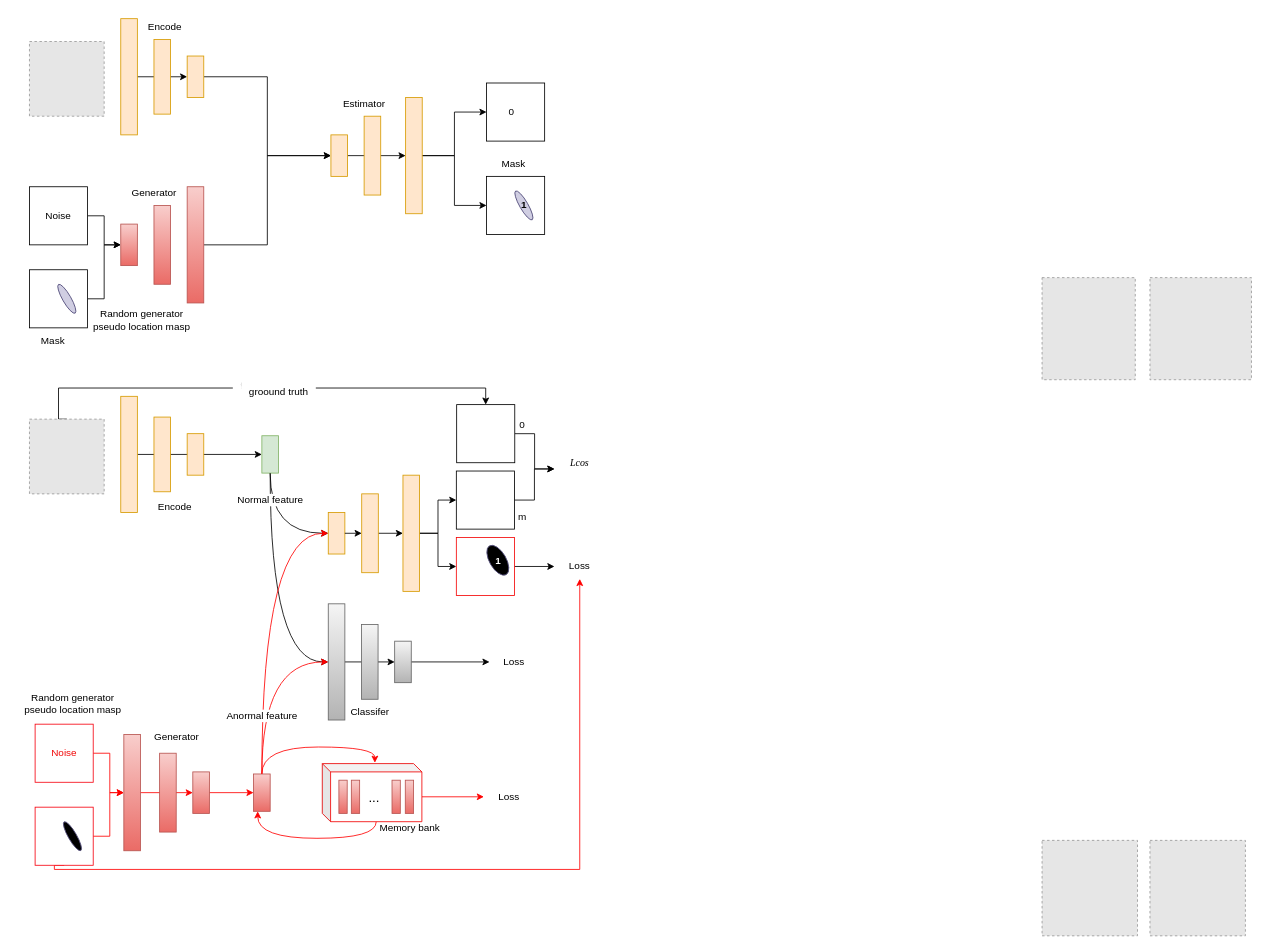
The draw.io diagram defect.drawio in kagomeAli/2023KD, before the edit. Source tidied: cells renumbered, new cells numbered last; positions are measured from the earlier drawing's top-left corner, leaving out a move shared by most shapes. Both pictures are drawn from the tidied source at 83%, with x=0, y=0 at pixel (14, 14). Pictures stored in the file or linked from it are replaced by grey dashed boxes.
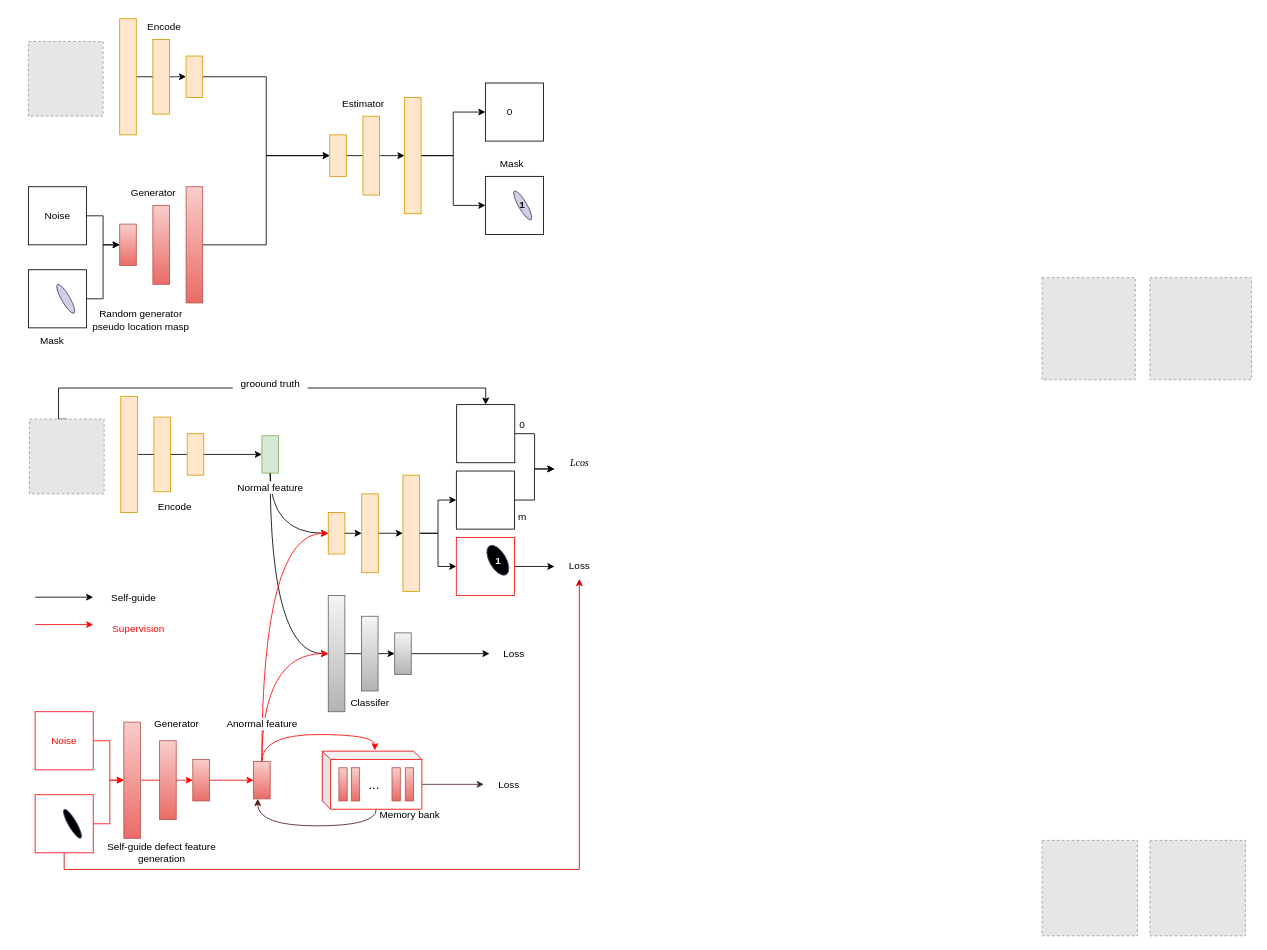
After the change.

Unchanged cells that the change refers to:
```xml
<mxCell id="53" value="Loss" style="text;html=1;strokeColor=none;fillColor=none;align=center;verticalAlign=middle;whiteSpace=wrap;rounded=0;" parent="1" vertex="1">
  <mxGeometry x="650.5" y="650" width="60" height="30" as="geometry" />
</mxCell>
```

What changed in the source:
```diff
@@
     <mxCell id="25" style="rounded=0;whiteSpace=wrap;html=1;fillColor=#f5f5f5;gradientColor=#b3b3b3;strokeColor=#666666;" parent="1" vertex="1">
-      <mxGeometry x="378" y="710" width="20" height="140" as="geometry" />
+      <mxGeometry x="378" y="700" width="20" height="140" as="geometry" />
     </mxCell>
     <mxCell id="26" style="rounded=0;whiteSpace=wrap;html=1;fillColor=#f5f5f5;gradientColor=#b3b3b3;strokeColor=#666666;" parent="1" vertex="1">
-      <mxGeometry x="418" y="735" width="20" height="90" as="geometry" />
+      <mxGeometry x="418" y="725" width="20" height="90" as="geometry" />
     </mxCell>
@@
     <mxCell id="28" style="rounded=0;whiteSpace=wrap;html=1;fillColor=#f5f5f5;gradientColor=#b3b3b3;strokeColor=#666666;" parent="1" vertex="1">
-      <mxGeometry x="458" y="755" width="20" height="50" as="geometry" />
+      <mxGeometry x="458" y="745" width="20" height="50" as="geometry" />
     </mxCell>
@@
     <mxCell id="31" style="rounded=0;whiteSpace=wrap;html=1;fillColor=#f8cecc;gradientColor=#ea6b66;strokeColor=#b85450;" parent="1" vertex="1">
-      <mxGeometry x="174.8" y="890" width="20" height="95" as="geometry" />
+      <mxGeometry x="174.8" y="875" width="20" height="95" as="geometry" />
     </mxCell>
     <mxCell id="32" style="rounded=0;whiteSpace=wrap;html=1;fillColor=#f8cecc;gradientColor=#ea6b66;strokeColor=#b85450;" parent="1" vertex="1">
-      <mxGeometry x="131.7" y="867.5" width="20" height="140" as="geometry" />
+      <mxGeometry x="131.7" y="852.5" width="20" height="140" as="geometry" />
     </mxCell>
@@
     <mxCell id="34" style="rounded=0;whiteSpace=wrap;html=1;fillColor=#f8cecc;gradientColor=#ea6b66;strokeColor=#b85450;" parent="1" vertex="1">
-      <mxGeometry x="214.8" y="912.5" width="20" height="50" as="geometry" />
+      <mxGeometry x="214.8" y="897.5" width="20" height="50" as="geometry" />
     </mxCell>
-    <mxCell id="35" style="edgeStyle=orthogonalEdgeStyle;rounded=0;jettySize=auto;html=1;exitX=0;exitY=0;exitDx=120;exitDy=40;exitPerimeter=0;entryX=0;entryY=0.5;entryDx=0;entryDy=0;strokeColor=#FF0000;" parent="1" edge="1" source="37" target="55">
+    <mxCell id="35" style="edgeStyle=orthogonalEdgeStyle;rounded=0;jettySize=auto;html=1;exitX=0;exitY=0;exitDx=120;exitDy=40;exitPerimeter=0;entryX=0;entryY=0.5;entryDx=0;entryDy=0;strokeColor=#4d2828;" parent="1" edge="1" source="37" target="55">
       <mxGeometry relative="1" as="geometry" />
     </mxCell>
-    <mxCell id="36" style="edgeStyle=orthogonalEdgeStyle;rounded=0;jettySize=auto;html=1;exitX=0;exitY=0;exitDx=65;exitDy=70;exitPerimeter=0;entryX=0.25;entryY=1;entryDx=0;entryDy=0;curved=1;strokeColor=#FF0000;" parent="1" edge="1" source="37" target="60">
+    <mxCell id="36" style="edgeStyle=orthogonalEdgeStyle;rounded=0;jettySize=auto;html=1;exitX=0;exitY=0;exitDx=65;exitDy=70;exitPerimeter=0;entryX=0.25;entryY=1;entryDx=0;entryDy=0;curved=1;strokeColor=#4a1c1c;" parent="1" edge="1" source="37" target="60">
       <mxGeometry relative="1" as="geometry" />
     </mxCell>
     <mxCell id="37" style="shape=cube;whiteSpace=wrap;html=1;boundedLbl=1;backgroundOutline=1;darkOpacity=0.05;darkOpacity2=0.1;size=10;strokeColor=#f20202;" parent="1" vertex="1">
-      <mxGeometry x="370.8" y="902.5" width="120" height="70" as="geometry" />
+      <mxGeometry x="370.8" y="887.5" width="120" height="70" as="geometry" />
     </mxCell>
     <mxCell id="38" style="rounded=0;whiteSpace=wrap;html=1;fillColor=#f8cecc;gradientColor=#ea6b66;strokeColor=#b85450;" parent="1" vertex="1">
-      <mxGeometry x="390.8" y="922.5" width="10" height="40" as="geometry" />
+      <mxGeometry x="390.8" y="907.5" width="10" height="40" as="geometry" />
     </mxCell>
     <mxCell id="39" style="rounded=0;whiteSpace=wrap;html=1;fillColor=#f8cecc;gradientColor=#ea6b66;strokeColor=#b85450;" parent="1" vertex="1">
-      <mxGeometry x="405.8" y="922.5" width="10" height="40" as="geometry" />
+      <mxGeometry x="405.8" y="907.5" width="10" height="40" as="geometry" />
     </mxCell>
     <mxCell id="40" style="rounded=0;whiteSpace=wrap;html=1;fillColor=#f8cecc;gradientColor=#ea6b66;strokeColor=#b85450;" parent="1" vertex="1">
-      <mxGeometry x="454.8" y="922.5" width="10" height="40" as="geometry" />
+      <mxGeometry x="454.8" y="907.5" width="10" height="40" as="geometry" />
     </mxCell>
     <mxCell id="41" style="rounded=0;whiteSpace=wrap;html=1;fillColor=#f8cecc;gradientColor=#ea6b66;strokeColor=#b85450;" parent="1" vertex="1">
-      <mxGeometry x="470.8" y="922.5" width="10" height="40" as="geometry" />
+      <mxGeometry x="470.8" y="907.5" width="10" height="40" as="geometry" />
     </mxCell>
     <mxCell id="42" value="..." style="text;html=1;fillColor=none;align=center;verticalAlign=middle;whiteSpace=wrap;rounded=0;fontSize=16;" parent="1" vertex="1">
-      <mxGeometry x="415.8" y="933" width="35" height="19" as="geometry" />
+      <mxGeometry x="415.8" y="918" width="35" height="19" as="geometry" />
     </mxCell>
     <mxCell id="43" value="Memory bank" style="text;html=1;align=center;verticalAlign=middle;strokeColor=none;fillColor=none;" parent="1" vertex="1">
-      <mxGeometry x="425.8" y="965" width="100" height="30" as="geometry" />
+      <mxGeometry x="425.8" y="950" width="100" height="30" as="geometry" />
     </mxCell>
@@
     <mxCell id="45" value="Noise" style="rounded=0;whiteSpace=wrap;html=1;strokeColor=#f60410;fontColor=#f10909;" parent="1" vertex="1">
-      <mxGeometry x="24.8" y="855" width="70" height="70" as="geometry" />
+      <mxGeometry x="24.8" y="840" width="70" height="70" as="geometry" />
     </mxCell>
+    <mxCell id="47" style="edgeStyle=orthogonalEdgeStyle;rounded=0;jettySize=auto;html=1;exitX=1;exitY=0.5;exitDx=0;exitDy=0;entryX=0;entryY=0.5;entryDx=0;entryDy=0;strokeColor=#FF0000;" parent="1" edge="1" source="48" target="32">
+      <mxGeometry relative="1" as="geometry" />
+    </mxCell>
-    <mxCell id="46" style="edgeStyle=orthogonalEdgeStyle;rounded=0;jettySize=auto;html=1;exitX=0.5;exitY=1;exitDx=0;exitDy=0;strokeColor=#FF0000;" parent="1" edge="1" source="48" target="53">
-      <mxGeometry relative="1" as="geometry">
-        <Array as="points">
-          <mxPoint x="48" y="1025" />
-          <mxPoint x="48" y="1030" />
-          <mxPoint x="681" y="1030" />
-        </Array>
-      </mxGeometry>
+    <mxCell id="46" style="edgeStyle=orthogonalEdgeStyle;rounded=0;jettySize=auto;html=1;exitX=0.5;exitY=1;exitDx=0;exitDy=0;entryX=0.5;entryY=1;entryDx=0;entryDy=0;fontColor=#ef0606;strokeColor=#CC0000;" parent="1" edge="1" source="48" target="53">
+      <mxGeometry relative="1" as="geometry" />
     </mxCell>
-    <mxCell id="47" style="edgeStyle=orthogonalEdgeStyle;rounded=0;jettySize=auto;html=1;exitX=1;exitY=0.5;exitDx=0;exitDy=0;entryX=0;entryY=0.5;entryDx=0;entryDy=0;strokeColor=#FF0000;" parent="1" edge="1" source="48" target="32">
-      <mxGeometry relative="1" as="geometry" />
-    </mxCell>
     <mxCell id="48" style="rounded=0;whiteSpace=wrap;html=1;strokeColor=#f60410;" parent="1" vertex="1">
-      <mxGeometry x="24.8" y="955" width="70" height="70" as="geometry" />
+      <mxGeometry x="24.8" y="940" width="70" height="70" as="geometry" />
     </mxCell>
     <mxCell id="49" style="ellipse;whiteSpace=wrap;html=1;rotation=60;fillColor=#000000;strokeColor=#56517e;" parent="1" vertex="1">
-      <mxGeometry x="49.8" y="985" width="40" height="10" as="geometry" />
+      <mxGeometry x="49.8" y="970" width="40" height="10" as="geometry" />
     </mxCell>
@@
     <mxCell id="54" value="Loss" style="text;html=1;strokeColor=none;fillColor=none;align=center;verticalAlign=middle;whiteSpace=wrap;rounded=0;" parent="1" vertex="1">
-      <mxGeometry x="572.3" y="765" width="60" height="30" as="geometry" />
+      <mxGeometry x="572.3" y="755" width="60" height="30" as="geometry" />
     </mxCell>
     <mxCell id="55" value="Loss" style="text;html=1;strokeColor=none;fillColor=none;align=center;verticalAlign=middle;whiteSpace=wrap;rounded=0;" parent="1" vertex="1">
-      <mxGeometry x="565.5" y="927.5" width="60" height="30" as="geometry" />
+      <mxGeometry x="565.5" y="912.5" width="60" height="30" as="geometry" />
     </mxCell>
     <mxCell id="56" value="Classifer" style="text;html=1;align=center;verticalAlign=middle;strokeColor=none;fillColor=none;" parent="1" vertex="1">
-      <mxGeometry x="393" y="825" width="70" height="30" as="geometry" />
+      <mxGeometry x="393" y="815" width="70" height="30" as="geometry" />
     </mxCell>
     <mxCell id="57" value="Generator" style="text;html=1;align=center;verticalAlign=middle;strokeColor=none;fillColor=none;" parent="1" vertex="1">
-      <mxGeometry x="154.8" y="855" width="80" height="30" as="geometry" />
+      <mxGeometry x="154.8" y="840" width="80" height="30" as="geometry" />
     </mxCell>
     <mxCell id="58" value="Normal feature" style="text;html=1;align=center;verticalAlign=middle;strokeColor=none;fillColor=none;labelBackgroundColor=default;" parent="1" vertex="1">
-      <mxGeometry x="258" y="570" width="100" height="30" as="geometry" />
+      <mxGeometry x="258" y="555" width="100" height="30" as="geometry" />
     </mxCell>
@@
     <mxCell id="60" style="rounded=0;whiteSpace=wrap;html=1;fillColor=#f8cecc;strokeColor=#b85450;gradientColor=#ea6b66;" parent="1" vertex="1">
-      <mxGeometry x="288" y="915" width="20" height="45" as="geometry" />
+      <mxGeometry x="288" y="900" width="20" height="45" as="geometry" />
     </mxCell>
@@
     <mxCell id="67" style="rounded=0;whiteSpace=wrap;html=1;fillColor=#ffe6cc;strokeColor=#d79b00;" parent="1" vertex="1">
-      <mxGeometry x="128" y="5" width="20" height="140" as="geometry" />
+      <mxGeometry x="126.7" y="5" width="20" height="140" as="geometry" />
     </mxCell>
     <mxCell id="68" style="rounded=0;whiteSpace=wrap;html=1;fillColor=#ffe6cc;strokeColor=#d79b00;" parent="1" vertex="1">
-      <mxGeometry x="168" y="30" width="20" height="90" as="geometry" />
+      <mxGeometry x="166.7" y="30" width="20" height="90" as="geometry" />
     </mxCell>
@@
     <mxCell id="70" style="rounded=0;whiteSpace=wrap;html=1;fillColor=#ffe6cc;strokeColor=#d79b00;" parent="1" vertex="1">
-      <mxGeometry x="208" y="50" width="20" height="50" as="geometry" />
+      <mxGeometry x="206.7" y="50" width="20" height="50" as="geometry" />
     </mxCell>
     <mxCell id="71" style="rounded=0;whiteSpace=wrap;html=1;fillColor=#ffe6cc;strokeColor=#d79b00;" parent="1" vertex="1">
-      <mxGeometry x="421.2" y="122.5" width="20" height="95" as="geometry" />
+      <mxGeometry x="419.8" y="122.5" width="20" height="95" as="geometry" />
     </mxCell>
@@
     <mxCell id="74" style="rounded=0;whiteSpace=wrap;html=1;fillColor=#ffe6cc;strokeColor=#d79b00;" parent="1" vertex="1">
-      <mxGeometry x="471.2" y="100" width="20" height="140" as="geometry" />
+      <mxGeometry x="469.8" y="100" width="20" height="140" as="geometry" />
     </mxCell>
     <mxCell id="75" style="rounded=0;whiteSpace=wrap;html=1;fillColor=#ffe6cc;strokeColor=#d79b00;" parent="1" vertex="1">
-      <mxGeometry x="381.2" y="145" width="20" height="50" as="geometry" />
+      <mxGeometry x="379.8" y="145" width="20" height="50" as="geometry" />
     </mxCell>
     <mxCell id="76" style="fillColor=#E6E6E6;strokeColor=#999999;dashed=1;verticalLabelPosition=bottom;labelBackgroundColor=default;verticalAlign=top;" parent="1" vertex="1">
-      <mxGeometry x="18" y="32.5" width="90" height="90" as="geometry" />
+      <mxGeometry x="16.7" y="32.5" width="90" height="90" as="geometry" />
     </mxCell>
     <mxCell id="77" style="rounded=0;whiteSpace=wrap;html=1;" parent="1" vertex="1">
-      <mxGeometry x="568.7" y="82.5" width="70" height="70" as="geometry" />
+      <mxGeometry x="567.3" y="82.5" width="70" height="70" as="geometry" />
     </mxCell>
     <mxCell id="78" value="0" style="text;html=1;strokeColor=none;fillColor=none;align=center;verticalAlign=middle;whiteSpace=wrap;rounded=0;" parent="1" vertex="1">
-      <mxGeometry x="568.7" y="102.5" width="60" height="30" as="geometry" />
+      <mxGeometry x="567.3" y="102.5" width="60" height="30" as="geometry" />
     </mxCell>
     <mxCell id="79" value="Encode" style="text;html=1;align=center;verticalAlign=middle;" parent="1" vertex="1">
-      <mxGeometry x="151.2" width="60" height="30" as="geometry" />
+      <mxGeometry x="149.8" width="60" height="30" as="geometry" />
     </mxCell>
     <mxCell id="80" style="rounded=0;whiteSpace=wrap;html=1;fillColor=#f8cecc;gradientColor=#ea6b66;strokeColor=#b85450;" parent="1" vertex="1">
-      <mxGeometry x="168" y="230" width="20" height="95" as="geometry" />
+      <mxGeometry x="166.7" y="230" width="20" height="95" as="geometry" />
     </mxCell>
@@
     <mxCell id="82" style="rounded=0;whiteSpace=wrap;html=1;fillColor=#f8cecc;gradientColor=#ea6b66;strokeColor=#b85450;" parent="1" vertex="1">
-      <mxGeometry x="208" y="207.5" width="20" height="140" as="geometry" />
+      <mxGeometry x="206.7" y="207.5" width="20" height="140" as="geometry" />
     </mxCell>
     <mxCell id="83" style="edgeStyle=orthogonalEdgeStyle;rounded=0;jettySize=auto;html=1;exitX=0;exitY=0.5;exitDx=0;exitDy=0;fillColor=#f8cecc;gradientColor=#ea6b66;strokeColor=#b85450;" parent="1" edge="1" source="84">
       <mxGeometry relative="1" as="geometry">
-        <mxPoint x="128" y="277.5" as="targetPoint" />
+        <mxPoint x="126.7" y="277.5" as="targetPoint" />
       </mxGeometry>
     </mxCell>
     <mxCell id="84" style="rounded=0;whiteSpace=wrap;html=1;fillColor=#f8cecc;gradientColor=#ea6b66;strokeColor=#b85450;" parent="1" vertex="1">
-      <mxGeometry x="128" y="252.5" width="20" height="50" as="geometry" />
+      <mxGeometry x="126.7" y="252.5" width="20" height="50" as="geometry" />
     </mxCell>
@@
     <mxCell id="86" value="Noise" style="rounded=0;whiteSpace=wrap;html=1;" parent="1" vertex="1">
-      <mxGeometry x="18" y="207.5" width="70" height="70" as="geometry" />
+      <mxGeometry x="16.7" y="207.5" width="70" height="70" as="geometry" />
     </mxCell>
@@
     <mxCell id="88" style="rounded=0;whiteSpace=wrap;html=1;" parent="1" vertex="1">
-      <mxGeometry x="18" y="307.5" width="70" height="70" as="geometry" />
+      <mxGeometry x="16.7" y="307.5" width="70" height="70" as="geometry" />
     </mxCell>
     <mxCell id="89" style="ellipse;whiteSpace=wrap;html=1;rotation=60;fillColor=#d0cee2;strokeColor=#56517e;" parent="1" vertex="1">
-      <mxGeometry x="43" y="337.5" width="40" height="10" as="geometry" />
+      <mxGeometry x="41.7" y="337.5" width="40" height="10" as="geometry" />
     </mxCell>
     <mxCell id="90" value="Generator" style="text;html=1;align=center;verticalAlign=middle;strokeColor=none;fillColor=none;" parent="1" vertex="1">
-      <mxGeometry x="128" y="200" width="80" height="30" as="geometry" />
+      <mxGeometry x="126.7" y="200" width="80" height="30" as="geometry" />
     </mxCell>
     <mxCell id="91" style="rounded=0;whiteSpace=wrap;html=1;" parent="1" vertex="1">
-      <mxGeometry x="568.7" y="195" width="70" height="70" as="geometry" />
+      <mxGeometry x="567.3" y="195" width="70" height="70" as="geometry" />
     </mxCell>
     <mxCell id="92" style="ellipse;whiteSpace=wrap;html=1;rotation=60;fillColor=#d0cee2;strokeColor=#56517e;" parent="1" vertex="1">
-      <mxGeometry x="593.7" y="225" width="40" height="10" as="geometry" />
+      <mxGeometry x="592.3" y="225" width="40" height="10" as="geometry" />
     </mxCell>
     <mxCell id="93" value="1" style="text;html=1;strokeColor=none;fillColor=none;align=center;verticalAlign=middle;whiteSpace=wrap;rounded=0;fontStyle=1;" parent="1" vertex="1">
-      <mxGeometry x="583.7" y="215" width="60" height="30" as="geometry" />
+      <mxGeometry x="582.3" y="215" width="60" height="30" as="geometry" />
     </mxCell>
     <mxCell id="94" value="Random generator &lt;br&gt;pseudo location masp" style="text;html=1;align=center;verticalAlign=middle;strokeColor=none;fillColor=none;" parent="1" vertex="1">
-      <mxGeometry x="83" y="347.5" width="140" height="40" as="geometry" />
+      <mxGeometry x="81.7" y="347.5" width="140" height="40" as="geometry" />
     </mxCell>
     <mxCell id="95" value="Mask" style="text;html=1;align=center;verticalAlign=middle;strokeColor=none;fillColor=none;" parent="1" vertex="1">
-      <mxGeometry x="21.2" y="377.5" width="50" height="30" as="geometry" />
+      <mxGeometry x="19.8" y="377.5" width="50" height="30" as="geometry" />
     </mxCell>
     <mxCell id="96" value="Estimator" style="text;html=1;align=center;verticalAlign=middle;strokeColor=none;fillColor=none;" parent="1" vertex="1">
-      <mxGeometry x="386.2" y="92.5" width="70" height="30" as="geometry" />
+      <mxGeometry x="384.8" y="92.5" width="70" height="30" as="geometry" />
     </mxCell>
     <mxCell id="97" value="Mask" style="text;html=1;align=center;verticalAlign=middle;strokeColor=none;fillColor=none;" parent="1" vertex="1">
-      <mxGeometry x="575.5" y="165" width="50" height="30" as="geometry" />
+      <mxGeometry x="574.2" y="165" width="50" height="30" as="geometry" />
     </mxCell>
@@
     <mxCell id="103" value="Anormal feature" style="text;html=1;align=center;verticalAlign=middle;strokeColor=none;fillColor=none;labelBackgroundColor=default;" parent="1" vertex="1">
-      <mxGeometry x="243" y="830" width="110" height="30" as="geometry" />
+      <mxGeometry x="243" y="840" width="110" height="30" as="geometry" />
     </mxCell>
-    <mxCell id="104" value="groound truth" style="text;html=1;align=center;verticalAlign=middle;labelBackgroundColor=default;fillColor=#FFFFFF;" parent="1" vertex="1">
-      <mxGeometry x="273" y="440" width="90" height="30" as="geometry" />
-    </mxCell>
-    <mxCell id="105" value="Random generator &lt;br&gt;pseudo location masp" style="text;html=1;align=center;verticalAlign=middle;strokeColor=none;fillColor=none;" parent="1" vertex="1">
-      <mxGeometry x="-0.2" y="810" width="140" height="40" as="geometry" />
-    </mxCell>
+    <mxCell id="106" value="Self-guide defect feature&lt;br&gt;generation" style="text;html=1;align=center;verticalAlign=middle;strokeColor=none;fillColor=none;" parent="1" vertex="1">
+      <mxGeometry x="101.7" y="990" width="150" height="40" as="geometry" />
+    </mxCell>
+    <mxCell id="107" style="endArrow=classic;html=1;rounded=0;" parent="1" edge="1">
+      <mxGeometry relative="1" as="geometry">
+        <mxPoint x="24.8" y="702" as="sourcePoint" />
+        <mxPoint x="94.8" y="702" as="targetPoint" />
+      </mxGeometry>
+    </mxCell>
+    <mxCell id="108" value="Self-guide&amp;nbsp;" style="text;html=1;align=center;verticalAlign=middle;strokeColor=none;fillColor=none;" parent="1" vertex="1">
+      <mxGeometry x="104.8" y="687.5" width="80" height="30" as="geometry" />
+    </mxCell>
+    <mxCell id="109" style="endArrow=classic;html=1;rounded=0;strokeColor=#f50505;" parent="1" edge="1">
+      <mxGeometry relative="1" as="geometry">
+        <mxPoint x="24.8" y="735" as="sourcePoint" />
+        <mxPoint x="94.8" y="735" as="targetPoint" />
+      </mxGeometry>
+    </mxCell>
+    <mxCell id="110" value="Supervision" style="text;html=1;align=center;verticalAlign=middle;strokeColor=none;fillColor=none;fontColor=#f60909;" parent="1" vertex="1">
+      <mxGeometry x="103.5" y="725" width="90" height="30" as="geometry" />
+    </mxCell>
```
